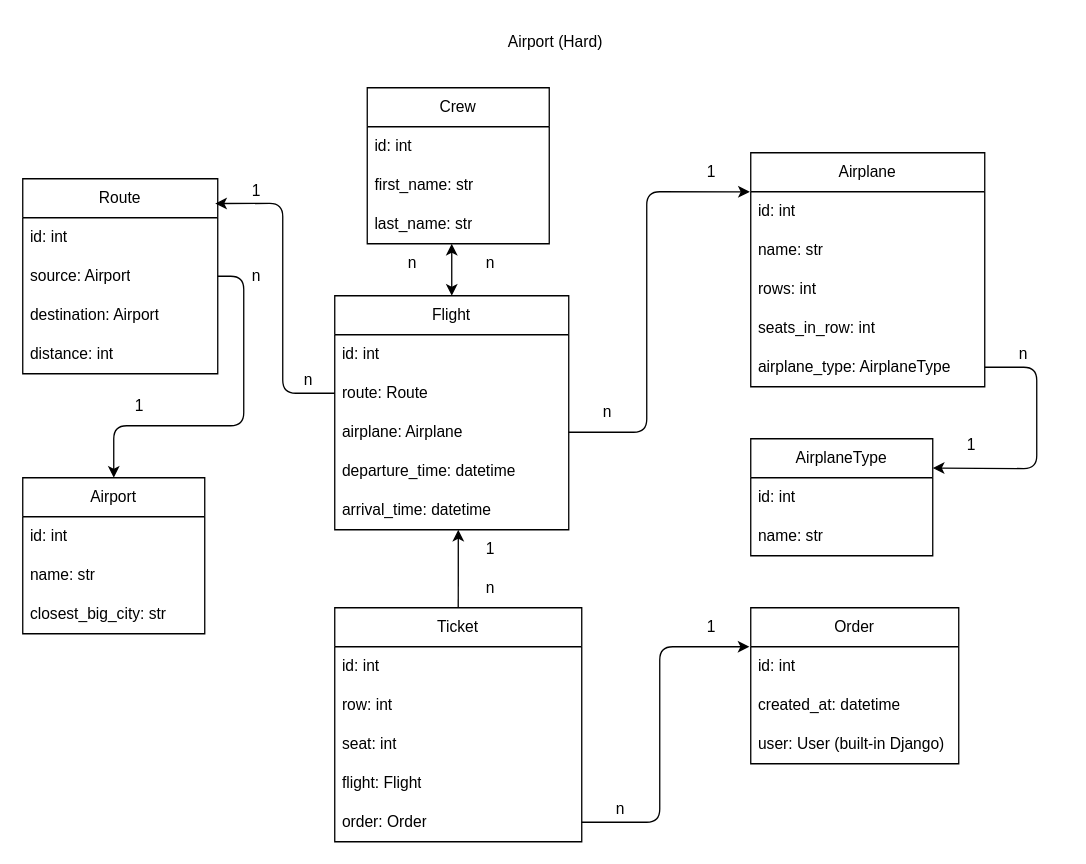
Earlier version of the draw.io diagram airport_api_schema.drawio (serg121192/airport_api). Source tidied: cells renumbered, new cells numbered last; positions are measured from the earlier drawing's top-left corner, leaving out a move shared by most shapes. Both pictures are drawn from the tidied source at 130%, with x=0, y=0 at pixel (22, 22).
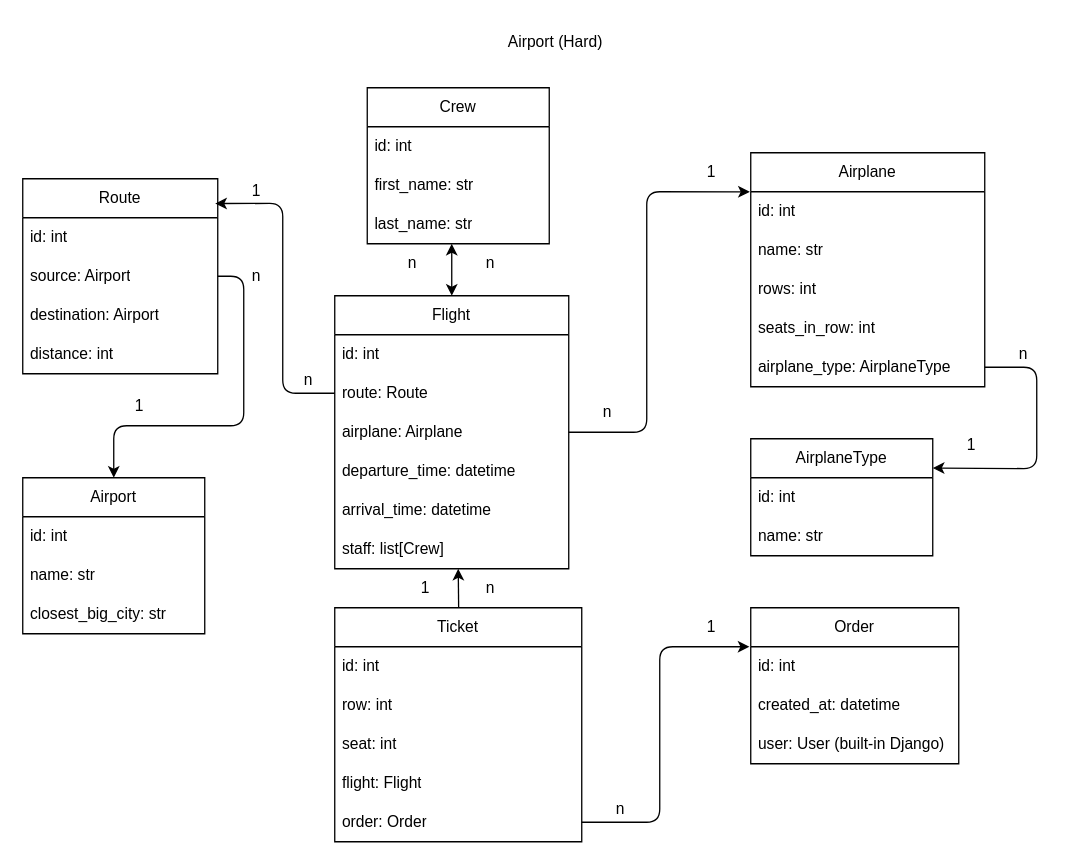
The same diagram, later.

Unchanged cells that the change refers to:
```xml
<mxCell id="21" value="arrival_time: datetime" style="text;strokeColor=none;fillColor=none;align=left;verticalAlign=middle;spacingLeft=4;spacingRight=4;overflow=hidden;points=[[0,0.5],[1,0.5]];portConstraint=eastwest;whiteSpace=wrap;html=1;" parent="16" vertex="1">
  <mxGeometry y="150" width="180" height="30" as="geometry" />
</mxCell>
<mxCell id="22" value="Ticket" style="swimlane;fontStyle=0;horizontal=1;startSize=30;whiteSpace=wrap;html=1;" parent="1" vertex="1">
  <mxGeometry x="240" y="450" width="190" height="180" as="geometry" />
</mxCell>
```

Diff of the diagram source:
```diff
@@
     <mxCell id="16" value="Flight" style="swimlane;fontStyle=0;horizontal=1;startSize=30;whiteSpace=wrap;html=1;" parent="1" vertex="1">
-      <mxGeometry x="240" y="210" width="180" height="180" as="geometry" />
+      <mxGeometry x="240" y="210" width="180" height="210" as="geometry" />
     </mxCell>
@@
+    <mxCell id="62" value="staff: list[Crew]" style="text;strokeColor=none;fillColor=none;align=left;verticalAlign=middle;spacingLeft=4;spacingRight=4;overflow=hidden;whiteSpace=wrap;html=1;" parent="16" vertex="1">
+      <mxGeometry y="180" width="180" height="30" as="geometry" />
+    </mxCell>
@@
-    <mxCell id="43" style="edgeStyle=none;html=1;exitX=0.5;exitY=0;exitDx=0;exitDy=0;entryX=0.528;entryY=1;entryDx=0;entryDy=0;entryPerimeter=0;" parent="1" edge="1" source="22" target="21">
-      <mxGeometry relative="1" as="geometry" />
+    <mxCell id="43" style="edgeStyle=none;html=1;exitX=0.5;exitY=0;exitDx=0;exitDy=0;" parent="1" edge="1">
+      <mxGeometry relative="1" as="geometry">
+        <mxPoint x="335.3" y="449.8" as="sourcePoint" />
+        <mxPoint x="335" y="420" as="targetPoint" />
+      </mxGeometry>
     </mxCell>
@@
     <mxCell id="53" value="1" style="text;html=1;align=center;verticalAlign=middle;whiteSpace=wrap;rounded=0;" parent="1" vertex="1">
-      <mxGeometry x="330" y="390" width="60" height="30" as="geometry" />
+      <mxGeometry x="280" y="420" width="60" height="30" as="geometry" />
     </mxCell>
```
